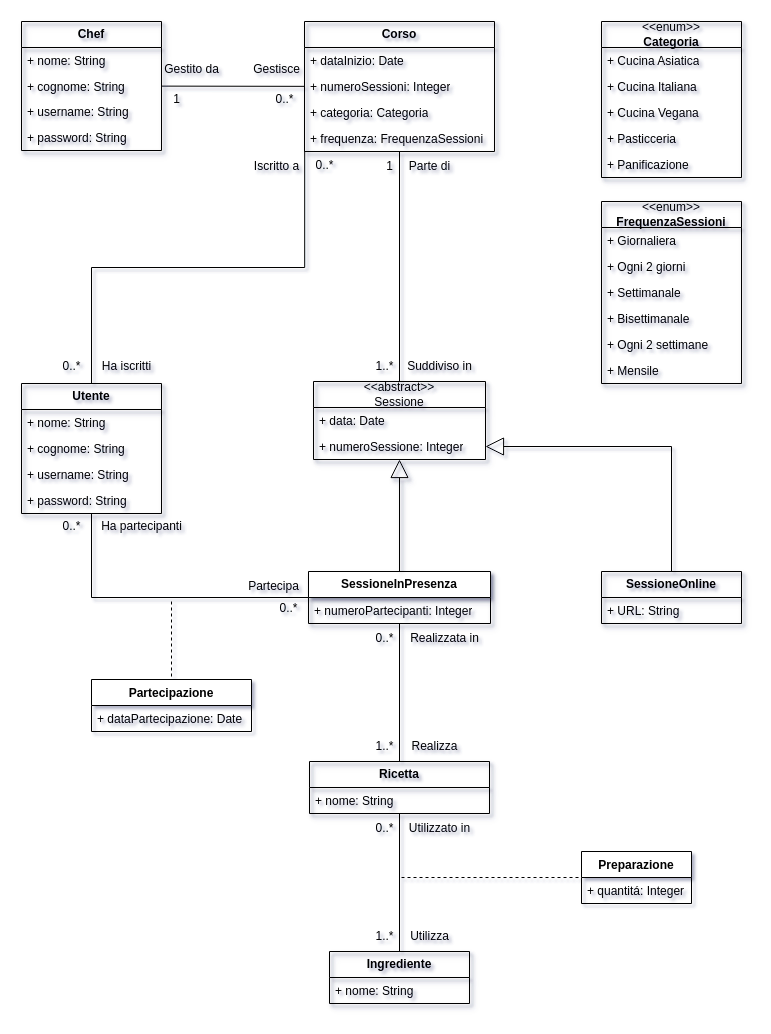
AntoEsposito/UninaFoodLabDatabase keeps this draw.io diagram as Progettazione/UMLNonRistrutturato.drawio. Above is the earlier version. Source tidied: cells renumbered, new cells numbered last; positions are measured from the earlier drawing's top-left corner, leaving out a move shared by most shapes. Both pictures are drawn from the tidied source at 100%, with x=0, y=0 at pixel (21, 21).
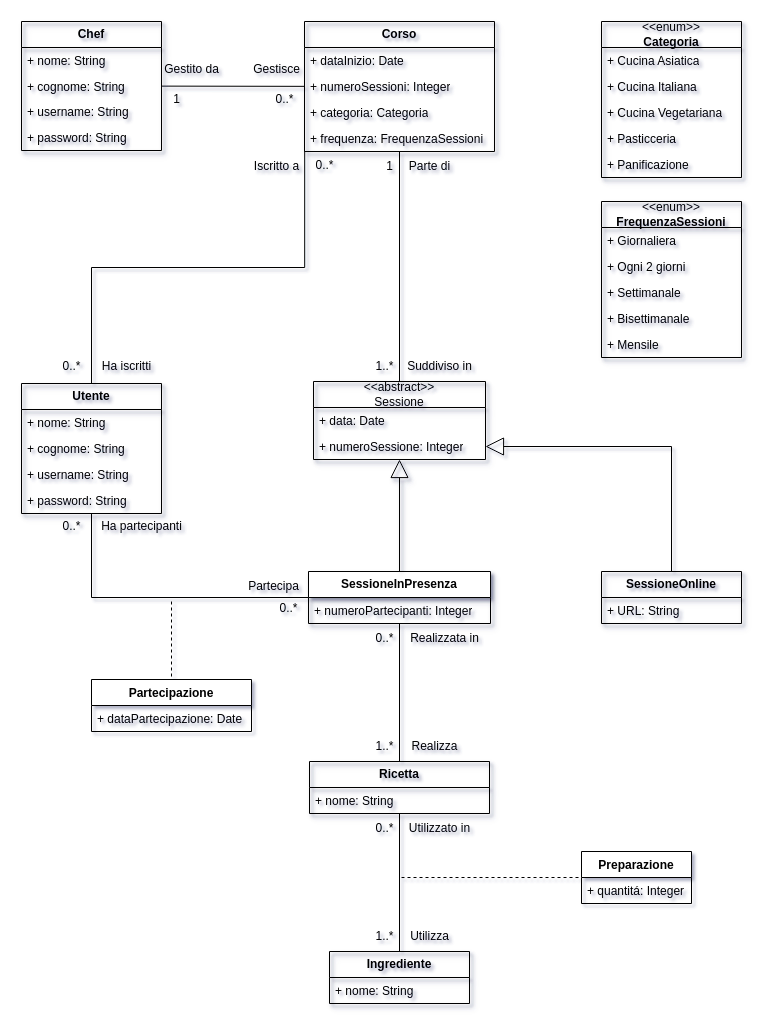
The same diagram, later.

Unchanged cells that the change refers to:
```xml
<mxCell id="24" value="&amp;lt;&amp;lt;enum&amp;gt;&amp;gt;&lt;div&gt;&lt;b&gt;Categoria&lt;/b&gt;&lt;/div&gt;" style="swimlane;fontStyle=0;horizontal=1;startSize=26;fillColor=none;whiteSpace=wrap;html=1;labelBackgroundColor=none;rounded=0;shadow=1;" parent="1" vertex="1">
  <mxGeometry x="580" width="140" height="156" as="geometry" />
</mxCell>
```

Diff of the diagram source:
```diff
@@
-    <mxCell id="27" value="+ Cucina Vegana" style="text;strokeColor=none;fillColor=none;align=left;verticalAlign=top;spacingLeft=4;spacingRight=4;overflow=hidden;whiteSpace=wrap;html=1;labelBackgroundColor=none;rounded=0;shadow=1;" parent="24" vertex="1">
+    <mxCell id="27" value="+ Cucina Vegetariana" style="text;strokeColor=none;fillColor=none;align=left;verticalAlign=top;spacingLeft=4;spacingRight=4;overflow=hidden;whiteSpace=wrap;html=1;labelBackgroundColor=none;rounded=0;shadow=1;" parent="24" vertex="1">
       <mxGeometry y="78" width="140" height="26" as="geometry" />
     </mxCell>
@@
     <mxCell id="30" value="&amp;lt;&amp;lt;enum&amp;gt;&amp;gt;&lt;br&gt;&lt;b&gt;FrequenzaSessioni&lt;/b&gt;" style="swimlane;fontStyle=0;horizontal=1;startSize=26;fillColor=none;whiteSpace=wrap;html=1;labelBackgroundColor=none;rounded=0;shadow=1;" parent="1" vertex="1">
-      <mxGeometry x="580" y="180" width="140" height="182" as="geometry" />
+      <mxGeometry x="580" y="180" width="140" height="156" as="geometry" />
     </mxCell>
@@
-    <mxCell id="35" value="+ Ogni 2 settimane" style="text;strokeColor=none;fillColor=none;align=left;verticalAlign=top;spacingLeft=4;spacingRight=4;overflow=hidden;whiteSpace=wrap;html=1;labelBackgroundColor=none;rounded=0;shadow=1;" parent="30" vertex="1">
-      <mxGeometry y="130" width="140" height="26" as="geometry" />
-    </mxCell>
     <mxCell id="36" value="+ Mensile" style="text;strokeColor=none;fillColor=none;align=left;verticalAlign=top;spacingLeft=4;spacingRight=4;overflow=hidden;whiteSpace=wrap;html=1;labelBackgroundColor=none;rounded=0;shadow=1;" parent="30" vertex="1">
-      <mxGeometry y="156" width="140" height="26" as="geometry" />
+      <mxGeometry y="130" width="140" height="26" as="geometry" />
     </mxCell>
```
